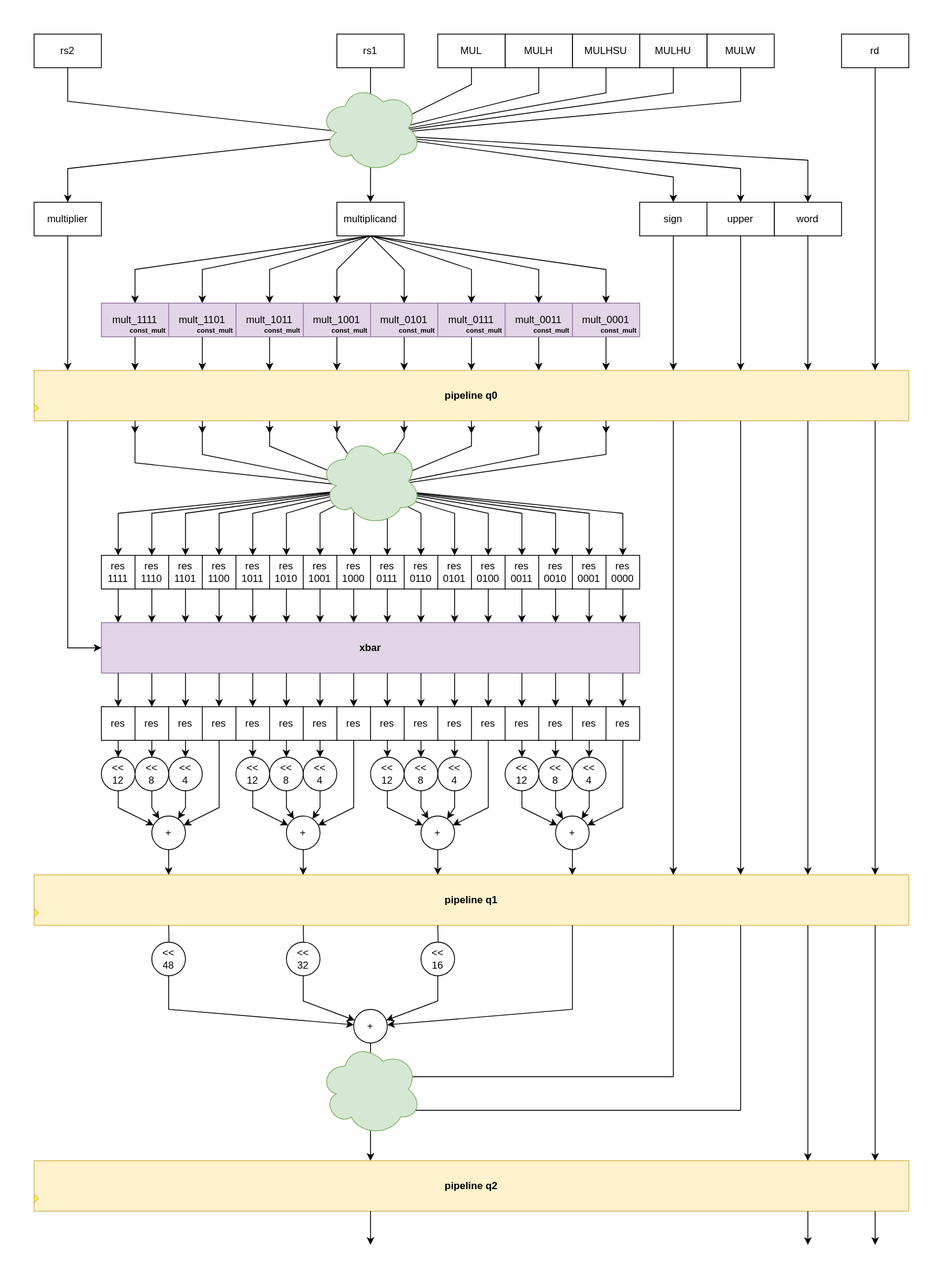
Above: document/rtl/exe_m64_mult_des.svg in squared-studio/maverickOne (draw.io), before the change. Source tidied: cells renumbered, new cells last; positions are measured from the earlier drawing's top-left corner, leaving out a move shared by most shapes.
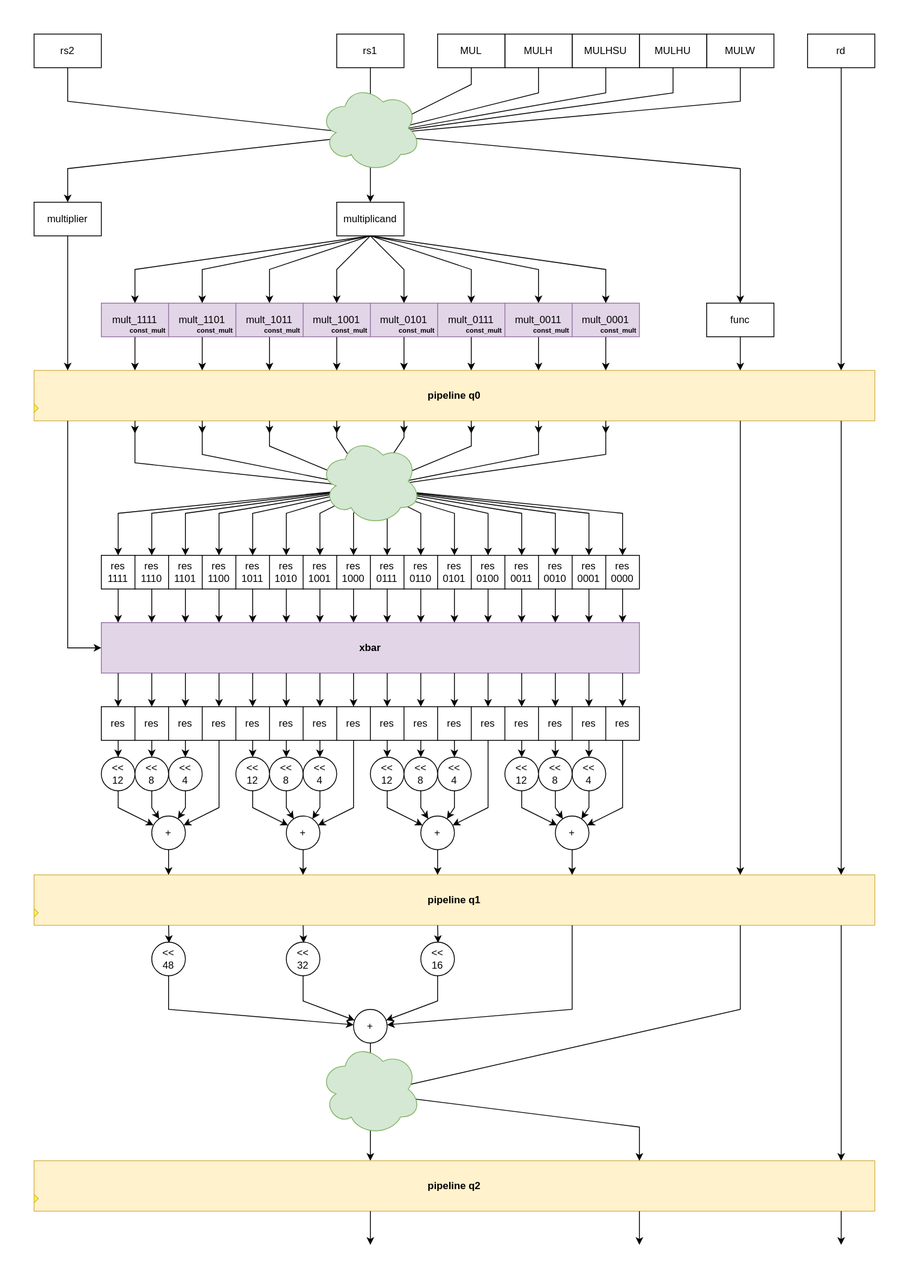
After the commit.

The edit, as a diff of the source:
```diff
@@ -3,7 +3,7 @@
     <mxCell id="0" />
     <mxCell id="1" parent="0" />
     <mxCell id="2" style="whiteSpace=wrap;html=1;strokeColor=none;" parent="1" vertex="1">
-      <mxGeometry width="1120" height="1520" as="geometry" />
+      <mxGeometry width="1080" height="1520" as="geometry" />
     </mxCell>
     <mxCell id="3" style="endArrow=classic;html=1;rounded=0;exitDx=0;exitDy=0;" parent="1" edge="1" source="212">
       <mxGeometry relative="1" as="geometry">
@@ -155,7 +155,7 @@
       </mxGeometry>
     </mxCell>
     <mxCell id="20" value="pipeline q0" style="rounded=0;whiteSpace=wrap;html=1;fillColor=#fff2cc;strokeColor=#d6b656;fontStyle=1;" parent="1" vertex="1">
-      <mxGeometry x="40" y="440" width="1040" height="60" as="geometry" />
+      <mxGeometry x="40" y="440" width="1000" height="60" as="geometry" />
     </mxCell>
     <mxCell id="21" style="triangle;whiteSpace=wrap;html=1;fillColor=#FFFF33;strokeColor=#d6b656;" parent="1" vertex="1">
       <mxGeometry x="40" y="480" width="5" height="10" as="geometry" />
@@ -208,12 +208,6 @@
         <mxPoint x="720" y="440" as="targetPoint" />
       </mxGeometry>
     </mxCell>
-    <mxCell id="30" style="edgeStyle=none;orthogonalLoop=1;jettySize=auto;html=1;rounded=0;" parent="1" edge="1">
-      <mxGeometry relative="1" as="geometry">
-        <mxPoint x="800" y="280" as="sourcePoint" />
-        <mxPoint x="800" y="440" as="targetPoint" />
-      </mxGeometry>
-    </mxCell>
     <mxCell id="31" value="res&lt;div&gt;1111&lt;/div&gt;" style="whiteSpace=wrap;html=1;" parent="1" vertex="1">
       <mxGeometry x="120" y="660" width="40" height="40" as="geometry" />
     </mxCell>
@@ -969,7 +963,7 @@
       <mxGeometry x="660" y="970" width="40" height="40" as="geometry" />
     </mxCell>
     <mxCell id="175" value="pipeline q1" style="rounded=0;whiteSpace=wrap;html=1;fillColor=#fff2cc;strokeColor=#d6b656;fontStyle=1;" parent="1" vertex="1">
-      <mxGeometry x="40" y="1040" width="1040" height="60" as="geometry" />
+      <mxGeometry x="40" y="1040" width="1000" height="60" as="geometry" />
     </mxCell>
     <mxCell id="176" style="triangle;whiteSpace=wrap;html=1;fillColor=#FFFF33;strokeColor=#d6b656;" parent="1" vertex="1">
       <mxGeometry x="40" y="1080" width="5" height="10" as="geometry" />
@@ -998,21 +992,6 @@
         <mxPoint x="680" y="1040" as="targetPoint" />
       </mxGeometry>
     </mxCell>
-    <mxCell id="181" style="edgeStyle=none;orthogonalLoop=1;jettySize=auto;html=1;rounded=0;" parent="1" edge="1">
-      <mxGeometry relative="1" as="geometry">
-        <mxPoint x="800" y="500" as="sourcePoint" />
-        <mxPoint x="800" y="1040" as="targetPoint" />
-      </mxGeometry>
-    </mxCell>
-    <mxCell id="182" value="sign" style="rounded=0;whiteSpace=wrap;html=1;" parent="1" vertex="1">
-      <mxGeometry x="760" y="240" width="80" height="40" as="geometry" />
-    </mxCell>
-    <mxCell id="183" style="edgeStyle=none;orthogonalLoop=1;jettySize=auto;html=1;rounded=0;" parent="1" edge="1">
-      <mxGeometry relative="1" as="geometry">
-        <mxPoint x="880" y="280" as="sourcePoint" />
-        <mxPoint x="880" y="440" as="targetPoint" />
-      </mxGeometry>
-    </mxCell>
     <mxCell id="184" style="edgeStyle=none;orthogonalLoop=1;jettySize=auto;html=1;rounded=0;" parent="1" edge="1">
       <mxGeometry relative="1" as="geometry">
         <mxPoint x="880" y="500" as="sourcePoint" />
@@ -1021,13 +1000,13 @@
     </mxCell>
     <mxCell id="185" style="edgeStyle=none;jettySize=auto;html=1;rounded=0;exitX=0.5;exitY=1;exitDx=0;exitDy=0;" parent="1" edge="1" source="226">
       <mxGeometry relative="1" as="geometry">
-        <mxPoint x="1040" y="440" as="targetPoint" />
+        <mxPoint x="1000" y="440" as="targetPoint" />
       </mxGeometry>
     </mxCell>
     <mxCell id="186" style="edgeStyle=none;orthogonalLoop=1;jettySize=auto;html=1;rounded=0;" parent="1" edge="1">
       <mxGeometry relative="1" as="geometry">
-        <mxPoint x="1040" y="500" as="sourcePoint" />
-        <mxPoint x="1040" y="1040" as="targetPoint" />
+        <mxPoint x="1000" y="500" as="sourcePoint" />
+        <mxPoint x="1000" y="1040" as="targetPoint" />
       </mxGeometry>
     </mxCell>
     <mxCell id="187" value="&amp;lt;&amp;lt;&lt;div&gt;4&lt;/div&gt;" style="ellipse;whiteSpace=wrap;html=1;" parent="1" vertex="1">
@@ -1120,7 +1099,7 @@
       </mxGeometry>
     </mxCell>
     <mxCell id="209" value="pipeline q2" style="rounded=0;whiteSpace=wrap;html=1;fillColor=#fff2cc;strokeColor=#d6b656;fontStyle=1;" parent="1" vertex="1">
-      <mxGeometry x="40" y="1380" width="1040" height="60" as="geometry" />
+      <mxGeometry x="40" y="1380" width="1000" height="60" as="geometry" />
     </mxCell>
     <mxCell id="210" style="triangle;whiteSpace=wrap;html=1;fillColor=#FFFF33;strokeColor=#d6b656;" parent="1" vertex="1">
       <mxGeometry x="40" y="1420" width="5" height="10" as="geometry" />
@@ -1131,33 +1110,20 @@
     <mxCell id="212" style="shape=waypoint;sketch=0;size=6;points=[];fillColor=none;perimeter=centerPerimeter;snapToPoint=1;" parent="1" vertex="1">
       <mxGeometry x="430" y="1290" width="20" height="20" as="geometry" />
     </mxCell>
-    <mxCell id="213" style="edgeStyle=none;jettySize=auto;html=1;rounded=0;entryX=0.703;entryY=0.445;entryDx=0;entryDy=0;entryPerimeter=0;" parent="1" edge="1" target="212">
-      <mxGeometry relative="1" as="geometry">
-        <mxPoint x="800" y="1100" as="sourcePoint" />
-        <Array as="points">
-          <mxPoint x="800" y="1280" />
-          <mxPoint x="480" y="1280" />
-        </Array>
-      </mxGeometry>
-    </mxCell>
     <mxCell id="214" style="edgeStyle=none;jettySize=auto;html=1;rounded=0;" parent="1" edge="1" target="212">
       <mxGeometry relative="1" as="geometry">
         <mxPoint x="880" y="1100" as="sourcePoint" />
         <Array as="points">
-          <mxPoint x="880" y="1320" />
-          <mxPoint x="480" y="1320" />
+          <mxPoint x="880" y="1200" />
         </Array>
       </mxGeometry>
     </mxCell>
     <mxCell id="215" style="edgeStyle=none;orthogonalLoop=1;jettySize=auto;html=1;rounded=0;" parent="1" edge="1">
       <mxGeometry relative="1" as="geometry">
-        <mxPoint x="1040" y="1100" as="sourcePoint" />
-        <mxPoint x="1040" y="1380" as="targetPoint" />
+        <mxPoint x="1000" y="1100" as="sourcePoint" />
+        <mxPoint x="1000" y="1380" as="targetPoint" />
       </mxGeometry>
     </mxCell>
-    <mxCell id="216" style="ellipse;shape=cloud;whiteSpace=wrap;html=1;fillColor=#d5e8d4;strokeColor=#82b366;" parent="1" vertex="1">
-      <mxGeometry x="380" y="1240" width="120" height="110" as="geometry" />
-    </mxCell>
     <mxCell id="217" style="endArrow=classic;html=1;rounded=0;exitDx=0;exitDy=0;" parent="1" edge="1">
       <mxGeometry relative="1" as="geometry">
         <mxPoint x="440" y="1440" as="sourcePoint" />
@@ -1166,8 +1132,8 @@
     </mxCell>
     <mxCell id="218" style="endArrow=classic;html=1;rounded=0;exitDx=0;exitDy=0;" parent="1" edge="1">
       <mxGeometry relative="1" as="geometry">
-        <mxPoint x="1040" y="1440" as="sourcePoint" />
-        <mxPoint x="1040" y="1480" as="targetPoint" />
+        <mxPoint x="1000" y="1440" as="sourcePoint" />
+        <mxPoint x="1000" y="1480" as="targetPoint" />
       </mxGeometry>
     </mxCell>
     <mxCell id="219" value="rs2" style="rounded=0;whiteSpace=wrap;html=1;" parent="1" vertex="1">
@@ -1192,7 +1158,7 @@
       <mxGeometry x="520" y="40" width="80" height="40" as="geometry" />
     </mxCell>
     <mxCell id="226" value="rd" style="rounded=0;whiteSpace=wrap;html=1;" parent="1" vertex="1">
-      <mxGeometry x="1000" y="40" width="80" height="40" as="geometry" />
+      <mxGeometry x="960" y="40" width="80" height="40" as="geometry" />
     </mxCell>
     <mxCell id="227" style="endArrow=classic;html=1;rounded=0;entryX=0.5;entryY=0;entryDx=0;entryDy=0;" parent="1" edge="1" target="83">
       <mxGeometry relative="1" as="geometry">
@@ -1202,23 +1168,6 @@
         </Array>
       </mxGeometry>
     </mxCell>
-    <mxCell id="228" style="endArrow=classic;html=1;rounded=0;entryX=0.5;entryY=0;entryDx=0;entryDy=0;" parent="1" edge="1" target="182">
-      <mxGeometry relative="1" as="geometry">
-        <mxPoint x="440" y="160" as="sourcePoint" />
-        <Array as="points">
-          <mxPoint x="800" y="210" />
-        </Array>
-      </mxGeometry>
-    </mxCell>
-    <mxCell id="229" style="endArrow=classic;html=1;rounded=0;entryX=0.5;entryY=0;entryDx=0;entryDy=0;" parent="1" edge="1">
-      <mxGeometry relative="1" as="geometry">
-        <mxPoint x="440" y="160" as="sourcePoint" />
-        <mxPoint x="880" y="240" as="targetPoint" />
-        <Array as="points">
-          <mxPoint x="880" y="200" />
-        </Array>
-      </mxGeometry>
-    </mxCell>
     <mxCell id="230" style="endArrow=classic;html=1;rounded=0;" parent="1" edge="1">
       <mxGeometry relative="1" as="geometry">
         <mxPoint x="80" y="80" as="sourcePoint" />
@@ -1285,47 +1234,44 @@
         <mxPoint x="440" y="240" as="targetPoint" />
       </mxGeometry>
     </mxCell>
-    <mxCell id="238" style="edgeStyle=none;orthogonalLoop=1;jettySize=auto;html=1;rounded=0;" parent="1" edge="1">
-      <mxGeometry relative="1" as="geometry">
-        <mxPoint x="960" y="280" as="sourcePoint" />
-        <mxPoint x="960" y="440" as="targetPoint" />
-      </mxGeometry>
-    </mxCell>
-    <mxCell id="239" style="edgeStyle=none;orthogonalLoop=1;jettySize=auto;html=1;rounded=0;" parent="1" edge="1">
-      <mxGeometry relative="1" as="geometry">
-        <mxPoint x="960" y="500" as="sourcePoint" />
-        <mxPoint x="960" y="1040" as="targetPoint" />
-      </mxGeometry>
-    </mxCell>
-    <mxCell id="240" style="edgeStyle=none;orthogonalLoop=1;jettySize=auto;html=1;rounded=0;" parent="1" edge="1">
-      <mxGeometry relative="1" as="geometry">
-        <mxPoint x="960" y="1100" as="sourcePoint" />
-        <mxPoint x="960" y="1380" as="targetPoint" />
-      </mxGeometry>
-    </mxCell>
     <mxCell id="241" style="endArrow=classic;html=1;rounded=0;exitDx=0;exitDy=0;" parent="1" edge="1">
       <mxGeometry relative="1" as="geometry">
-        <mxPoint x="960" y="1440" as="sourcePoint" />
-        <mxPoint x="960" y="1480" as="targetPoint" />
+        <mxPoint x="760" y="1440" as="sourcePoint" />
+        <mxPoint x="760" y="1480" as="targetPoint" />
       </mxGeometry>
     </mxCell>
-    <mxCell id="242" style="endArrow=classic;html=1;rounded=0;entryX=0.5;entryY=0;entryDx=0;entryDy=0;" parent="1" edge="1">
+    <mxCell id="242" style="endArrow=classic;html=1;rounded=0;" parent="1" edge="1">
       <mxGeometry relative="1" as="geometry">
         <mxPoint x="450" y="160" as="sourcePoint" />
-        <mxPoint x="960" y="240" as="targetPoint" />
+        <mxPoint x="880" y="360" as="targetPoint" />
         <Array as="points">
-          <mxPoint x="960" y="190" />
+          <mxPoint x="880" y="200" />
         </Array>
       </mxGeometry>
     </mxCell>
     <mxCell id="243" style="ellipse;shape=cloud;whiteSpace=wrap;html=1;fillColor=#d5e8d4;strokeColor=#82b366;" parent="1" vertex="1">
       <mxGeometry x="380" y="100" width="120" height="104" as="geometry" />
     </mxCell>
-    <mxCell id="244" value="word" style="rounded=0;whiteSpace=wrap;html=1;" parent="1" vertex="1">
-      <mxGeometry x="920" y="240" width="80" height="40" as="geometry" />
-    </mxCell>
-    <mxCell id="245" value="upper" style="rounded=0;whiteSpace=wrap;html=1;" parent="1" vertex="1">
-      <mxGeometry x="840" y="240" width="80" height="40" as="geometry" />
-    </mxCell>
+    <mxCell id="246" value="func" style="rounded=0;whiteSpace=wrap;html=1;" parent="1" vertex="1">
+      <mxGeometry x="840" y="360" width="80" height="40" as="geometry" />
+    </mxCell>
+    <mxCell id="247" style="edgeStyle=none;orthogonalLoop=1;jettySize=auto;html=1;rounded=0;" parent="1" edge="1">
+      <mxGeometry relative="1" as="geometry">
+        <mxPoint x="880" y="400" as="sourcePoint" />
+        <mxPoint x="880" y="440" as="targetPoint" />
+      </mxGeometry>
+    </mxCell>
+    <mxCell id="248" style="endArrow=classic;html=1;rounded=0;" parent="1" edge="1">
+      <mxGeometry relative="1" as="geometry">
+        <mxPoint x="440" y="1300" as="sourcePoint" />
+        <mxPoint x="760" y="1380" as="targetPoint" />
+        <Array as="points">
+          <mxPoint x="760" y="1340" />
+        </Array>
+      </mxGeometry>
+    </mxCell>
+    <mxCell id="216" style="ellipse;shape=cloud;whiteSpace=wrap;html=1;fillColor=#d5e8d4;strokeColor=#82b366;" parent="1" vertex="1">
+      <mxGeometry x="380" y="1240" width="120" height="110" as="geometry" />
+    </mxCell>
   </root>
 </mxGraphModel>
```
